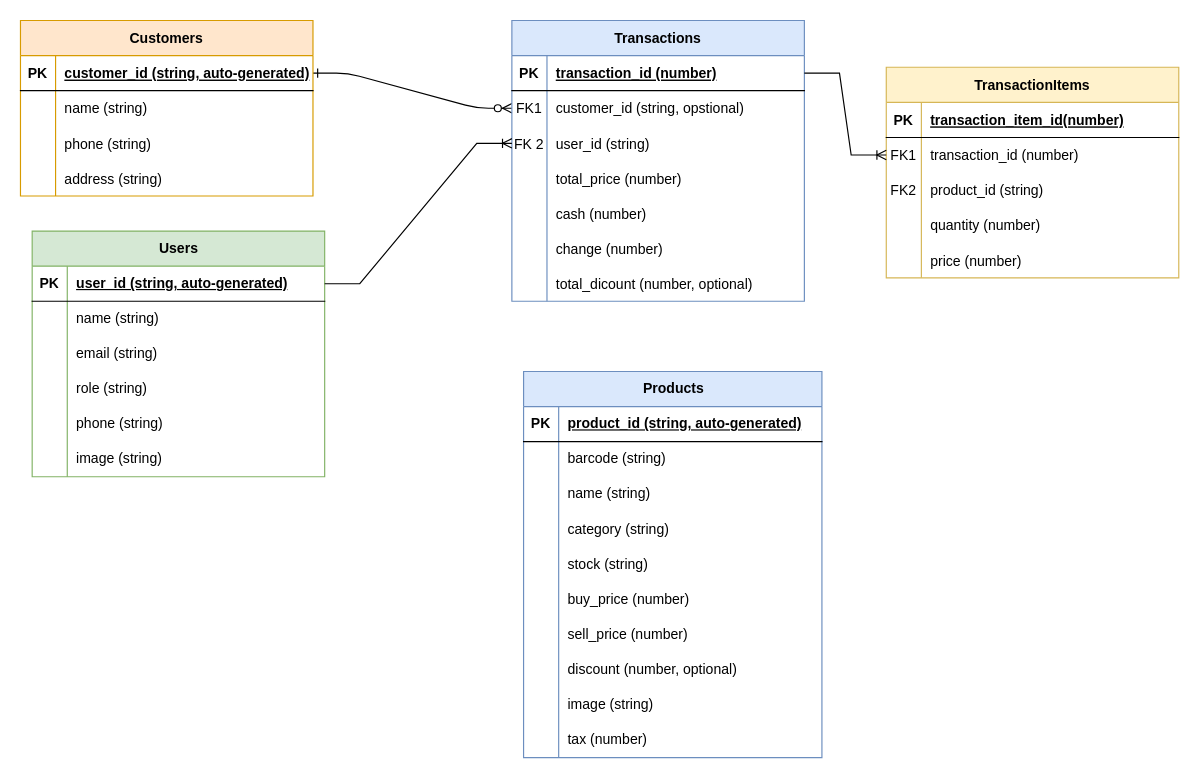
Before: Untitled Diagram.drawio in rafignwn/aplikasi-kasir-versi-web, a draw.io diagram. Source tidied: cells renumbered, new cells numbered last; positions are measured from the earlier drawing's top-left corner, leaving out a move shared by most shapes. Both pictures are drawn from the tidied source at 117%, with x=0, y=0 at pixel (20, 20).
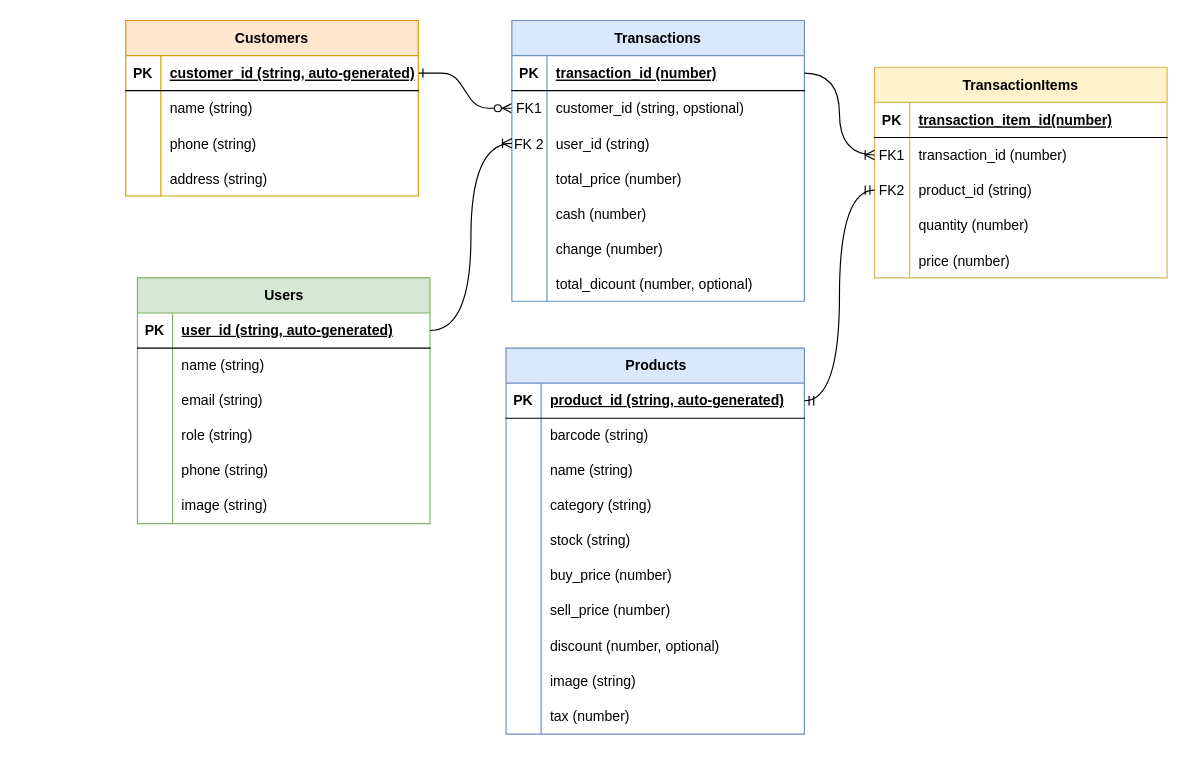
After the change.

Commit message:
erd sementara

The change refers to these unchanged cells:
```xml
<mxCell id="4" style="shape=partialRectangle;fillColor=none;points=[[0,0.5],[1,0.5]];portConstraint=eastwest;top=0;left=0;right=0;bottom=1;" parent="3" vertex="1">
  <mxGeometry y="30" width="250" height="30" as="geometry" />
</mxCell>
<mxCell id="10" style="shape=partialRectangle;fillColor=none;points=[[0,0.5],[1,0.5]];portConstraint=eastwest;top=0;left=0;right=0;bottom=0;" parent="3" vertex="1">
  <mxGeometry y="90" width="250" height="30" as="geometry" />
</mxCell>
<mxCell id="29" style="shape=partialRectangle;fillColor=none;points=[[0,0.5],[1,0.5]];portConstraint=eastwest;top=0;left=0;right=0;bottom=0;" parent="25" vertex="1">
  <mxGeometry y="60" width="250" height="30" as="geometry" />
</mxCell>
<mxCell id="32" style="shape=partialRectangle;fillColor=none;points=[[0,0.5],[1,0.5]];portConstraint=eastwest;top=0;left=0;right=0;bottom=0;" parent="25" vertex="1">
  <mxGeometry y="90" width="250" height="30" as="geometry" />
</mxCell>
<mxCell id="55" style="shape=tableRow;horizontal=0;startSize=0;swimlaneHead=0;swimlaneBody=0;fillColor=none;points=[[0,0.5],[1,0.5]];portConstraint=eastwest;top=0;left=0;right=0;bottom=1;" parent="54" vertex="1">
  <mxGeometry y="30" width="250" height="30" as="geometry" />
</mxCell>
<mxCell id="76" style="shape=tableRow;horizontal=0;startSize=0;swimlaneHead=0;swimlaneBody=0;fillColor=none;points=[[0,0.5],[1,0.5]];portConstraint=eastwest;top=0;left=0;right=0;bottom=1;" parent="75" vertex="1">
  <mxGeometry y="30" width="255" height="30" as="geometry" />
</mxCell>
```

The edit, as a diff of the source:
```diff
@@
     <mxCell id="25" value="TransactionItems" style="shape=table;startSize=30;childLayout=tableLayout;rowLines=0;fontStyle=1;align=center;fillColor=#fff2cc;strokeColor=#d6b656;" parent="1" vertex="1">
-      <mxGeometry x="740" y="40" width="250" height="180" as="geometry" />
+      <mxGeometry x="730" y="40" width="250" height="180" as="geometry" />
     </mxCell>
@@
     <mxCell id="41" value="Customers" style="shape=table;startSize=30;childLayout=tableLayout;rowLines=0;fontStyle=1;align=center;fillColor=#ffe6cc;strokeColor=#d79b00;" parent="1" vertex="1">
-      <mxGeometry width="250" height="150" as="geometry" />
+      <mxGeometry x="90" width="250" height="150" as="geometry" />
     </mxCell>
@@
     <mxCell id="54" value="Users" style="shape=table;startSize=30;childLayout=tableLayout;rowLines=0;fontStyle=1;align=center;html=1;fillColor=#d5e8d4;strokeColor=#82b366;" parent="1" vertex="1">
-      <mxGeometry x="10" y="180" width="250" height="210" as="geometry" />
+      <mxGeometry x="100" y="220" width="250" height="210" as="geometry" />
     </mxCell>
@@
-    <mxCell id="73" style="edgeStyle=entityRelationEdgeStyle;fontSize=12;html=1;endArrow=ERoneToMany;rounded=0;exitX=1;exitY=0.5;exitDx=0;exitDy=0;" parent="1" edge="1" source="55" target="10">
+    <mxCell id="73" style="edgeStyle=orthogonalEdgeStyle;fontSize=12;html=1;endArrow=ERoneToMany;rounded=0;exitX=1;exitY=0.5;exitDx=0;exitDy=0;curved=1;" parent="1" edge="1" source="55" target="10">
       <mxGeometry relative="1" as="geometry" />
     </mxCell>
-    <mxCell id="74" style="edgeStyle=entityRelationEdgeStyle;fontSize=12;html=1;endArrow=ERoneToMany;rounded=0;entryX=0;entryY=0.5;entryDx=0;entryDy=0;exitX=1;exitY=0.5;exitDx=0;exitDy=0;" parent="1" edge="1" source="4" target="29">
-      <mxGeometry relative="1" as="geometry">
-        <Array as="points">
-          <mxPoint x="740" y="110" />
-        </Array>
-      </mxGeometry>
+    <mxCell id="74" style="edgeStyle=orthogonalEdgeStyle;fontSize=12;html=1;endArrow=ERoneToMany;rounded=0;entryX=0;entryY=0.5;entryDx=0;entryDy=0;exitX=1;exitY=0.5;exitDx=0;exitDy=0;curved=1;" parent="1" edge="1" source="4" target="29">
+      <mxGeometry relative="1" as="geometry" />
     </mxCell>
     <mxCell id="75" value="Products" style="shape=table;startSize=30;childLayout=tableLayout;rowLines=0;fontStyle=1;align=center;html=1;fillColor=#dae8fc;strokeColor=#6c8ebf;" parent="1" vertex="1">
-      <mxGeometry x="430" y="300" width="255" height="330" as="geometry" />
+      <mxGeometry x="415" y="280" width="255" height="330" as="geometry" />
     </mxCell>
@@
+    <mxCell id="106" style="edgeStyle=orthogonalEdgeStyle;fontSize=12;html=1;endArrow=ERmandOne;startArrow=ERmandOne;rounded=0;exitX=1;exitY=0.5;exitDx=0;exitDy=0;curved=1;" parent="1" edge="1" source="76" target="32">
+      <mxGeometry relative="1" as="geometry" />
+    </mxCell>
```
